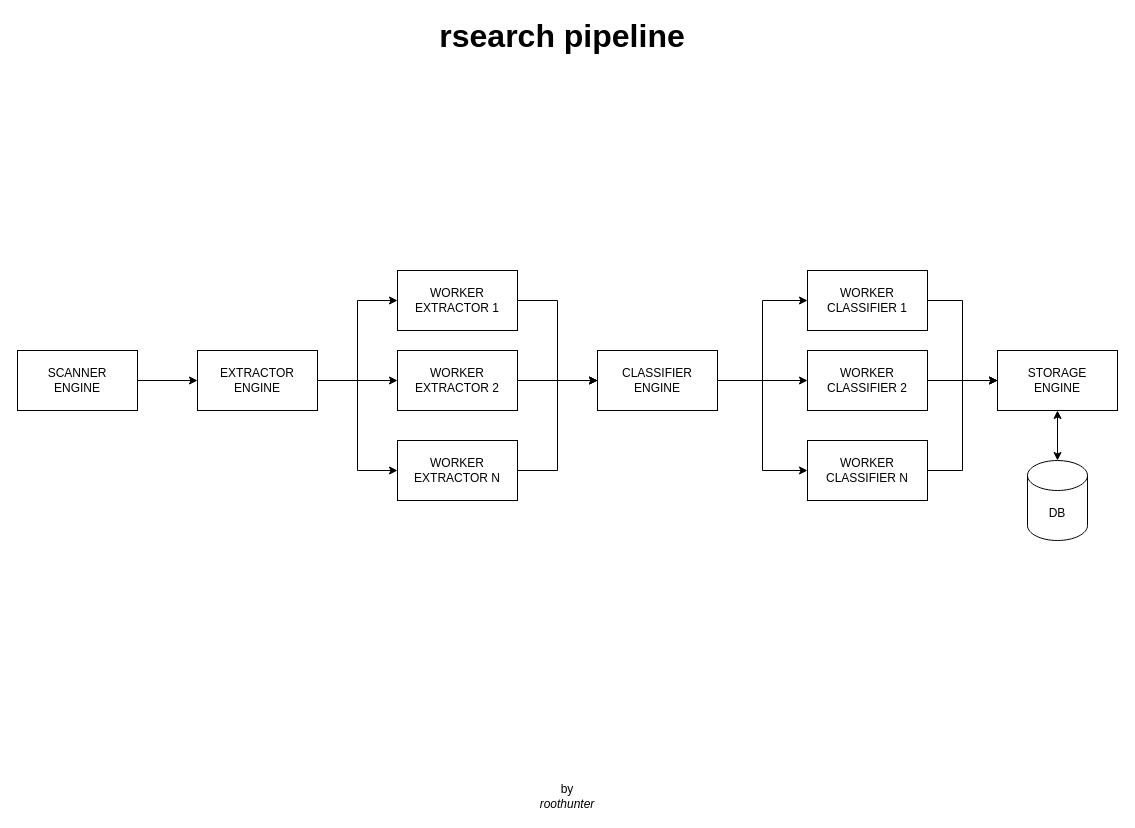
This is docs/pipeline/pipeline.drawio from root-hunter/rsearch, a draw.io file, before an edit. Source tidied: cells renumbered, new cells numbered last; positions are measured from the earlier drawing's top-left corner, leaving out a move shared by most shapes. Both pictures are drawn from the tidied source at 100%, with x=0, y=0 at pixel (17, 21).
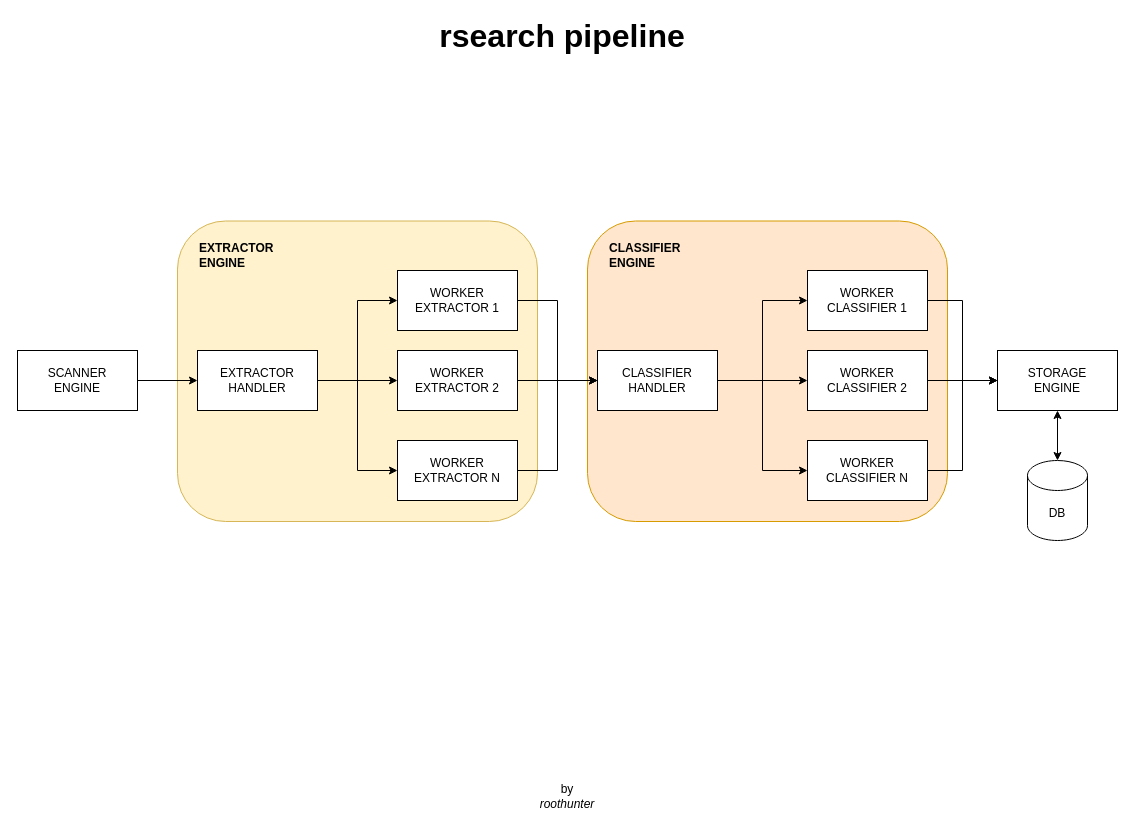
After the change.

What changed in the source:
```diff
@@
+    <mxCell id="29" style="rounded=1;whiteSpace=wrap;html=1;fillColor=#ffe6cc;strokeColor=#d79b00;arcSize=16;" parent="1" vertex="1">
+      <mxGeometry x="570" y="199.5" width="360" height="300.5" as="geometry" />
+    </mxCell>
+    <mxCell id="30" style="rounded=1;whiteSpace=wrap;html=1;fillColor=#fff2cc;strokeColor=#d6b656;arcSize=16;" parent="1" vertex="1">
+      <mxGeometry x="160" y="199.5" width="360" height="300.5" as="geometry" />
+    </mxCell>
@@
-    <mxCell id="13" value="EXTRACTOR&lt;br&gt;ENGINE" style="rounded=0;whiteSpace=wrap;html=1;" parent="1" vertex="1">
+    <mxCell id="13" value="EXTRACTOR&lt;br&gt;HANDLER" style="rounded=0;whiteSpace=wrap;html=1;" parent="1" vertex="1">
       <mxGeometry x="180" y="329" width="120" height="60" as="geometry" />
     </mxCell>
@@
-    <mxCell id="17" value="CLASSIFIER&lt;br&gt;ENGINE" style="rounded=0;whiteSpace=wrap;html=1;" parent="1" vertex="1">
+    <mxCell id="17" value="CLASSIFIER&lt;br&gt;HANDLER" style="rounded=0;whiteSpace=wrap;html=1;" parent="1" vertex="1">
       <mxGeometry x="580" y="329" width="120" height="60" as="geometry" />
     </mxCell>
@@
+    <mxCell id="31" value="&lt;b&gt;&lt;span style=&quot;text-align: center;&quot;&gt;EXTRACTOR&lt;/span&gt;&lt;br&gt;ENGINE&lt;/b&gt;" style="text;html=1;whiteSpace=wrap;align=left;verticalAlign=middle;rounded=0;" parent="1" vertex="1">
+      <mxGeometry x="180" y="219" width="90" height="30" as="geometry" />
+    </mxCell>
+    <mxCell id="32" value="&lt;b&gt;CLASSIFIER&lt;br&gt;ENGINE&lt;/b&gt;" style="text;html=1;whiteSpace=wrap;align=left;verticalAlign=middle;rounded=0;" parent="1" vertex="1">
+      <mxGeometry x="590" y="219" width="90" height="30" as="geometry" />
+    </mxCell>
```
